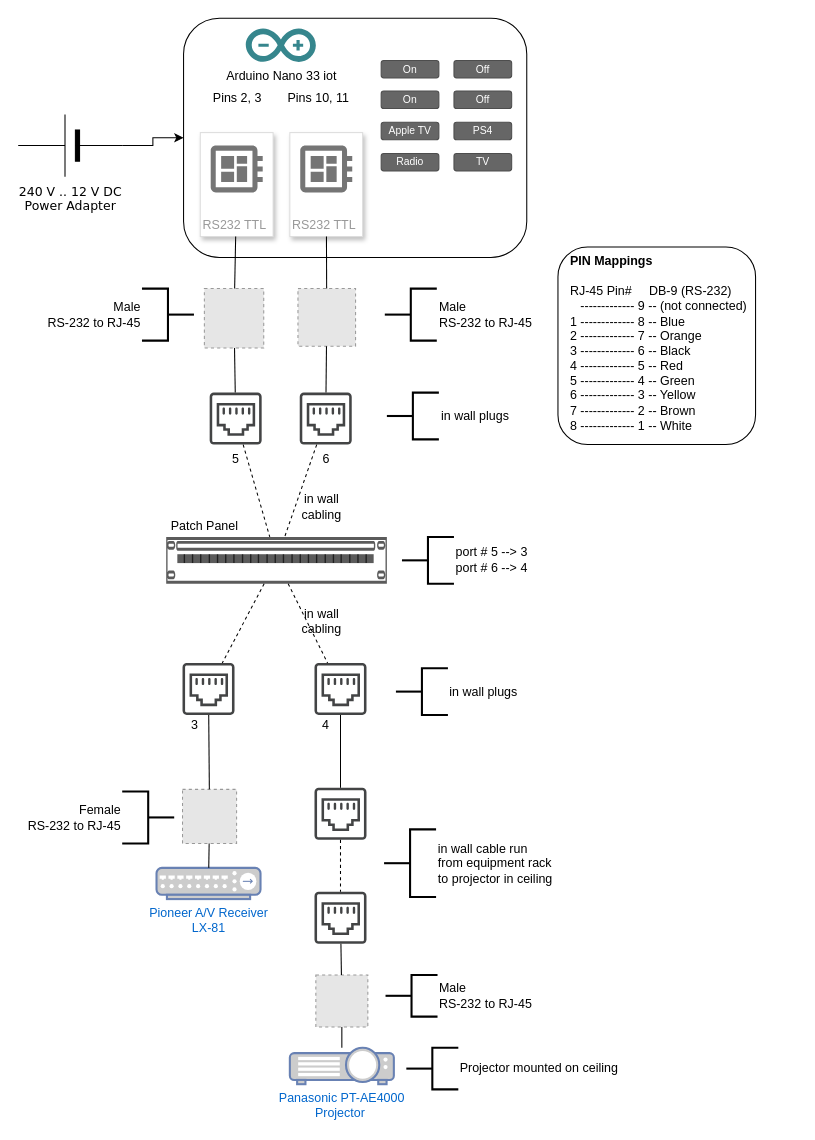
Earlier version of the draw.io diagram Home-Theatre-Remote.drawio (granticini/home-theatre-remote). Source tidied: cells renumbered, new cells numbered last; positions are measured from the earlier drawing's top-left corner, leaving out a move shared by most shapes. Both pictures are drawn from the tidied source at 104%, with x=0, y=0 at pixel (18, 18). Pictures stored in the file or linked from it are replaced by grey dashed boxes.
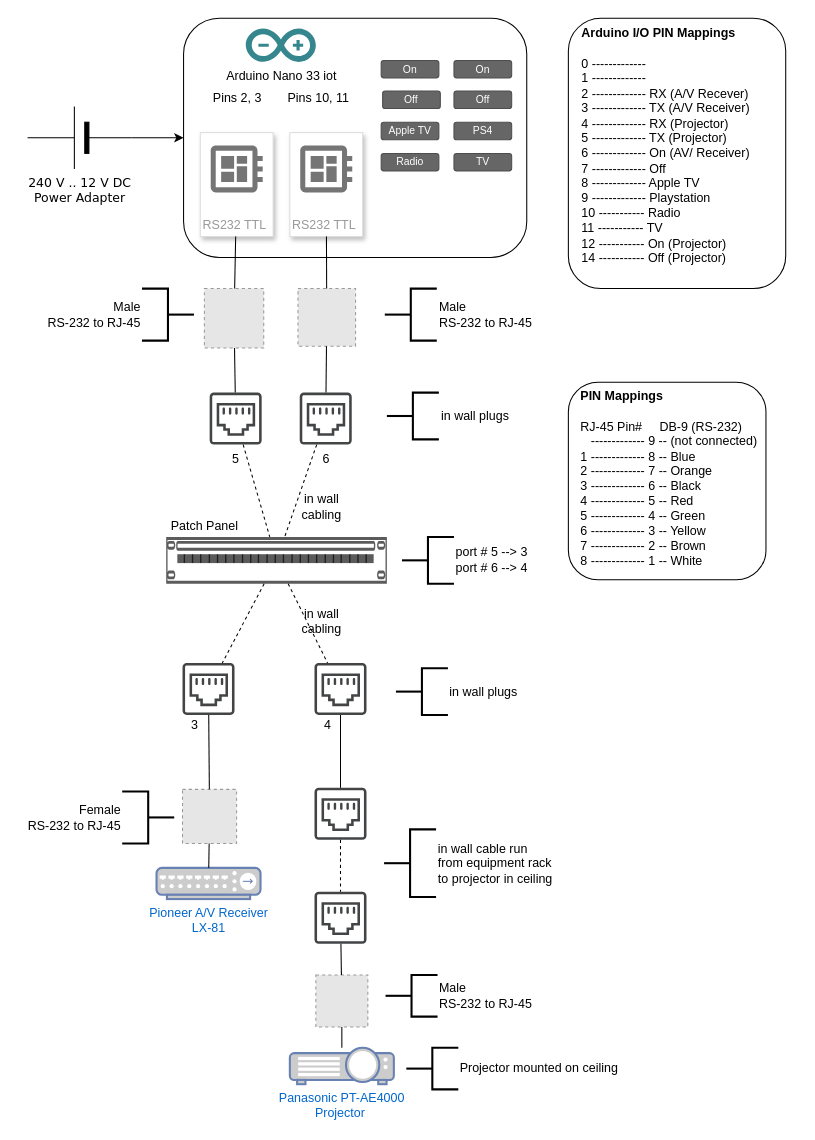
Above is the later version.

The edit, as a diff of the source:
```diff
@@
-    <mxCell id="2" style="rounded=1;whiteSpace=wrap;html=1;align=left;" parent="1" vertex="1">
-      <mxGeometry x="519" y="220" width="190" height="190" as="geometry" />
-    </mxCell>
@@
     <mxCell id="4" value="240 V .. 12 V DC&lt;br&gt;Power Adapter" style="verticalLabelPosition=bottom;shadow=0;dashed=0;align=center;fillColor=#000000;html=1;verticalAlign=top;strokeWidth=1;shape=mxgraph.electrical.miscellaneous.monocell_battery;rounded=1;comic=0;labelBackgroundColor=none;fontFamily=Verdana;fontSize=12;flipH=1;" parent="1" vertex="1">
-      <mxGeometry y="92.5" width="100" height="60" as="geometry" />
+      <mxGeometry x="9" y="85" width="100" height="60" as="geometry" />
     </mxCell>
@@
     <mxCell id="34" value="Off" style="rounded=1;html=1;shadow=0;dashed=0;whiteSpace=wrap;fontSize=10;fillColor=#666666;align=center;strokeColor=#4D4D4D;fontColor=#ffffff;" parent="1" vertex="1">
-      <mxGeometry x="419" y="40.6" width="55.5" height="16.9" as="geometry" />
+      <mxGeometry x="350.4" y="70" width="55.5" height="16.9" as="geometry" />
     </mxCell>
@@
     <mxCell id="36" value="On" style="rounded=1;html=1;shadow=0;dashed=0;whiteSpace=wrap;fontSize=10;fillColor=#666666;align=center;strokeColor=#4D4D4D;fontColor=#ffffff;" parent="1" vertex="1">
-      <mxGeometry x="349" y="70" width="55.5" height="16.9" as="geometry" />
+      <mxGeometry x="419" y="40.6" width="55.5" height="16.9" as="geometry" />
     </mxCell>
@@
     <mxCell id="57" value="4" style="text;html=1;strokeColor=none;fillColor=none;align=center;verticalAlign=middle;whiteSpace=wrap;rounded=0;" parent="1" vertex="1">
-      <mxGeometry x="276.2" y="670" width="40" height="20" as="geometry" />
+      <mxGeometry x="278.2" y="670" width="40" height="20" as="geometry" />
     </mxCell>
@@
-    <mxCell id="60" value="&lt;div&gt;&lt;b&gt;PIN Mappings&lt;/b&gt;&lt;/div&gt;&lt;div&gt;&lt;br&gt;&lt;/div&gt;&lt;div&gt;RJ-45 Pin# &amp;nbsp; &amp;nbsp; DB-9 (RS-232)&lt;/div&gt;&lt;div&gt;&amp;nbsp; &amp;nbsp;------------- 9 -- (not connected)&lt;/div&gt;&lt;div&gt;1 ------------- 8 -- Blue&lt;/div&gt;&lt;div&gt;2 ------------- 7 -- Orange&lt;/div&gt;&lt;div&gt;3 ------------- 6 -- Black&lt;/div&gt;&lt;div&gt;4 ------------- 5 -- Red&lt;/div&gt;&lt;div&gt;5 ------------- 4 -- Green&lt;/div&gt;&lt;div&gt;6 ------------- 3 -- Yellow&lt;/div&gt;&lt;div&gt;7 ------------- 2 -- Brown&lt;/div&gt;&lt;div&gt;8 ------------- 1 -- White&lt;/div&gt;&lt;div&gt;&lt;br&gt;&lt;/div&gt;" style="text;html=1;strokeColor=none;fillColor=none;align=left;verticalAlign=middle;whiteSpace=wrap;rounded=0;labelBorderColor=none;" parent="1" vertex="1">
-      <mxGeometry x="529" y="230" width="190" height="180" as="geometry" />
-    </mxCell>
@@
+    <mxCell id="63" style="group;" parent="1" vertex="1">
+      <mxGeometry x="529" y="350" width="200" height="190" as="geometry" />
+    </mxCell>
+    <mxCell id="2" style="rounded=1;whiteSpace=wrap;html=1;align=left;" parent="63" vertex="1">
+      <mxGeometry width="190" height="190" as="geometry" />
+    </mxCell>
+    <mxCell id="60" value="&lt;div&gt;&lt;b&gt;PIN Mappings&lt;/b&gt;&lt;/div&gt;&lt;div&gt;&lt;br&gt;&lt;/div&gt;&lt;div&gt;RJ-45 Pin# &amp;nbsp; &amp;nbsp; DB-9 (RS-232)&lt;/div&gt;&lt;div&gt;&amp;nbsp; &amp;nbsp;------------- 9 -- (not connected)&lt;/div&gt;&lt;div&gt;1 ------------- 8 -- Blue&lt;/div&gt;&lt;div&gt;2 ------------- 7 -- Orange&lt;/div&gt;&lt;div&gt;3 ------------- 6 -- Black&lt;/div&gt;&lt;div&gt;4 ------------- 5 -- Red&lt;/div&gt;&lt;div&gt;5 ------------- 4 -- Green&lt;/div&gt;&lt;div&gt;6 ------------- 3 -- Yellow&lt;/div&gt;&lt;div&gt;7 ------------- 2 -- Brown&lt;/div&gt;&lt;div&gt;8 ------------- 1 -- White&lt;/div&gt;&lt;div&gt;&lt;br&gt;&lt;/div&gt;" style="text;html=1;strokeColor=none;fillColor=none;align=left;verticalAlign=middle;whiteSpace=wrap;rounded=0;labelBorderColor=none;" parent="63" vertex="1">
+      <mxGeometry x="10" y="10" width="190" height="180" as="geometry" />
+    </mxCell>
+    <mxCell id="64" style="group;verticalAlign=top;" parent="1" vertex="1">
+      <mxGeometry x="529" width="220" height="260" as="geometry" />
+    </mxCell>
+    <mxCell id="65" style="rounded=1;whiteSpace=wrap;html=1;align=left;" parent="64" vertex="1">
+      <mxGeometry width="209" height="260" as="geometry" />
+    </mxCell>
+    <mxCell id="66" value="&lt;div&gt;&lt;b&gt;Arduino I/O PIN Mappings&lt;/b&gt;&lt;/div&gt;&lt;div&gt;&lt;br&gt;&lt;/div&gt;&lt;div&gt;&lt;div&gt;0 -------------&amp;nbsp;&lt;/div&gt;&lt;/div&gt;&lt;div&gt;1 -------------&amp;nbsp;&lt;br&gt;&lt;/div&gt;&lt;div&gt;2 ------------- RX (A/V Recever)&lt;/div&gt;&lt;div&gt;3 ------------- TX (A/V Receiver)&lt;/div&gt;&lt;div&gt;&lt;div&gt;4 ------------- RX (Projector)&lt;/div&gt;&lt;div&gt;5 ------------- TX (Projector)&lt;/div&gt;&lt;/div&gt;&lt;div&gt;6 ------------- On (AV/ Receiver)&lt;br&gt;&lt;/div&gt;&lt;div&gt;7 ------------- Off&lt;/div&gt;8 ------------- Apple TV&lt;br&gt;&lt;div&gt;&lt;div&gt;9 ------------- Playstation&lt;/div&gt;&lt;div&gt;10 ----------- Radio&lt;/div&gt;&lt;div&gt;11 ----------- TV&lt;/div&gt;&lt;div&gt;12 ----------- On (Projector)&lt;/div&gt;&lt;div&gt;&lt;/div&gt;&lt;div&gt;&lt;div&gt;14 ----------- Off (Projector)&lt;/div&gt;&lt;div&gt;&lt;/div&gt;&lt;/div&gt;&lt;/div&gt;&lt;div&gt;&lt;br&gt;&lt;/div&gt;" style="text;html=1;strokeColor=none;fillColor=none;align=left;verticalAlign=middle;whiteSpace=wrap;rounded=0;labelBorderColor=none;" parent="64" vertex="1">
+      <mxGeometry x="11" y="10.4" width="209" height="239.6" as="geometry" />
+    </mxCell>
```
